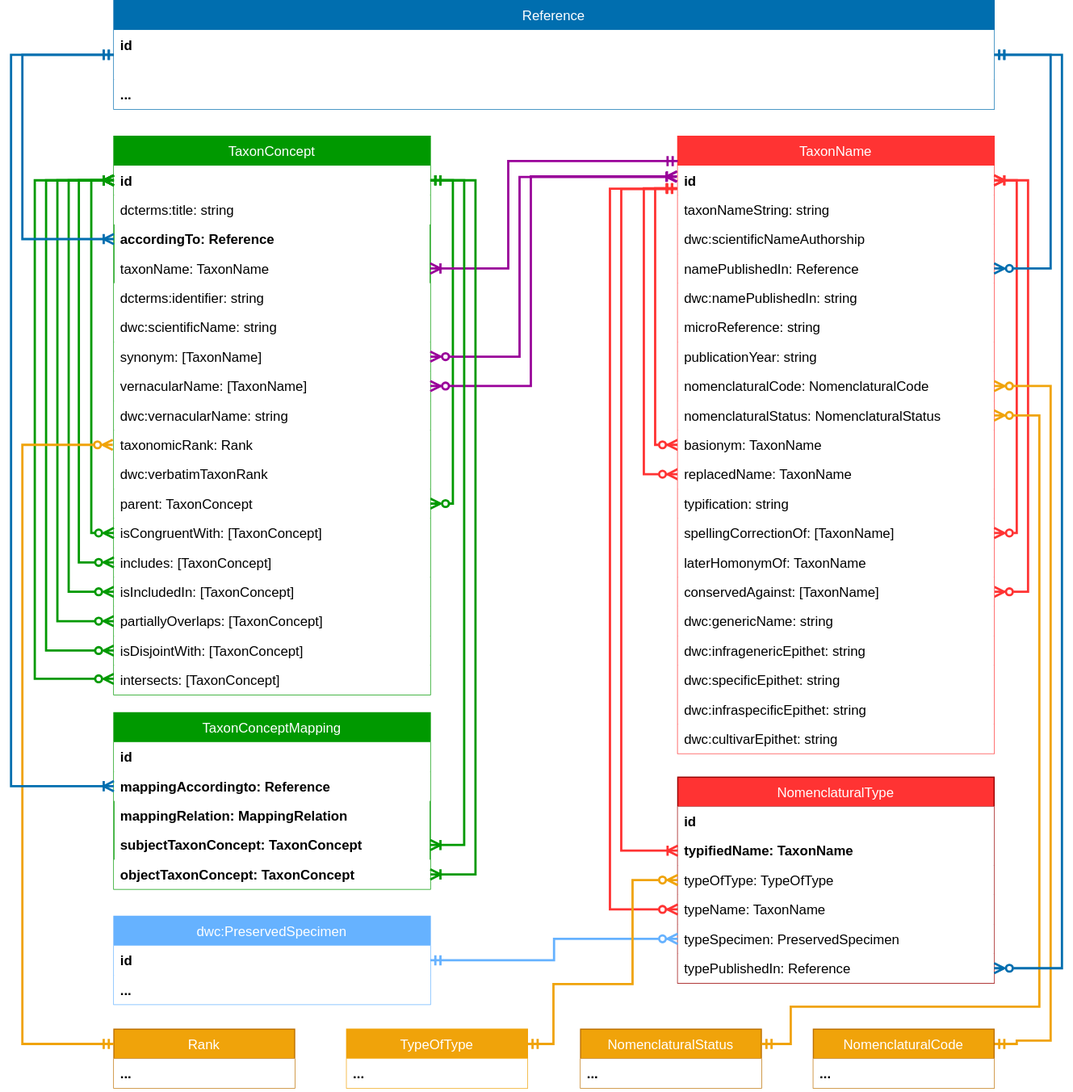
The draw.io diagram docs/media/tcs-diagram-20240511.drawio.svg in tdwg/tcs2, before a commit. Source tidied: cells renumbered, new cells last; positions are measured from the earlier drawing's top-left corner, leaving out a move shared by most shapes.
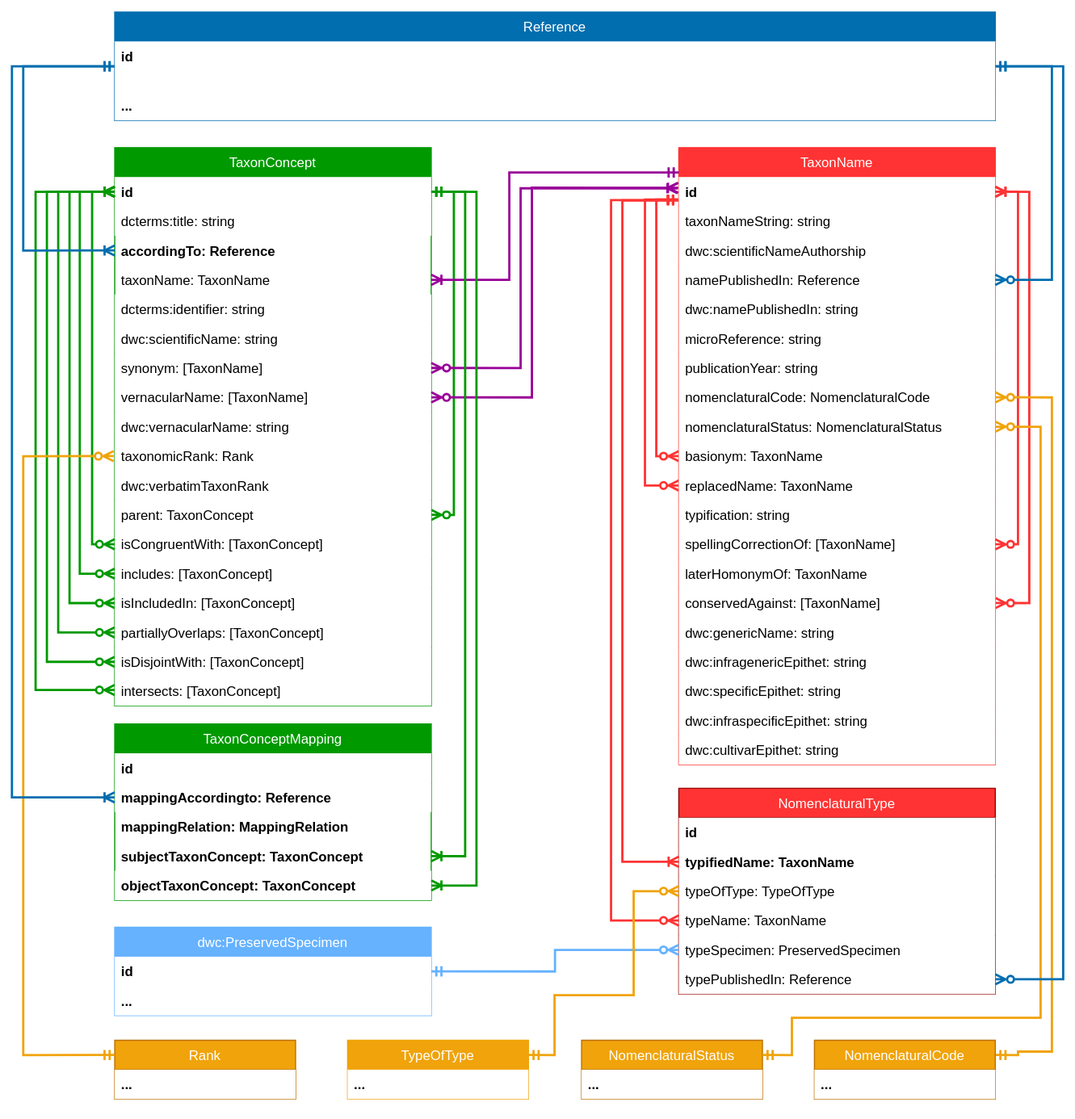
Later version of the same file.

Commit message:
update TCS diagram

The edit, as a diff of the source:
```diff
@@ -425,5 +425,8 @@
         </Array>
       </mxGeometry>
     </mxCell>
+    <mxCell id="96" style="rounded=0;whiteSpace=wrap;html=1;fillColor=none;strokeColor=none;" parent="1" vertex="1">
+      <mxGeometry x="-10" y="-10" width="950" height="990" as="geometry" />
+    </mxCell>
   </root>
 </mxGraphModel>
```
